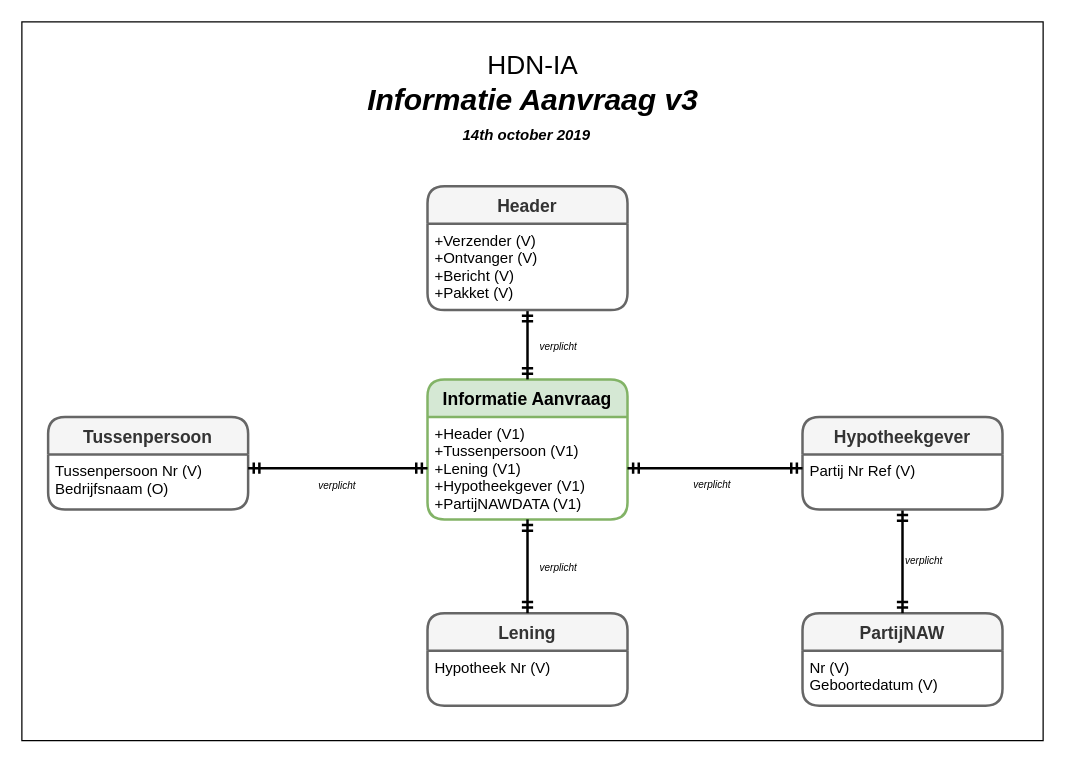
This is page "IA-bericht" (2 of 13) of 3rdPartyDatasharing-HDN-IA-IX.drawio from luchthandel/diagrams, a draw.io file, before an edit. Source tidied: cells renumbered, new cells numbered last; positions are measured from the earlier drawing's top-left corner, leaving out a move shared by most shapes. Both pictures are drawn from the tidied source at 125%, with x=0, y=0 at pixel (21, 21).
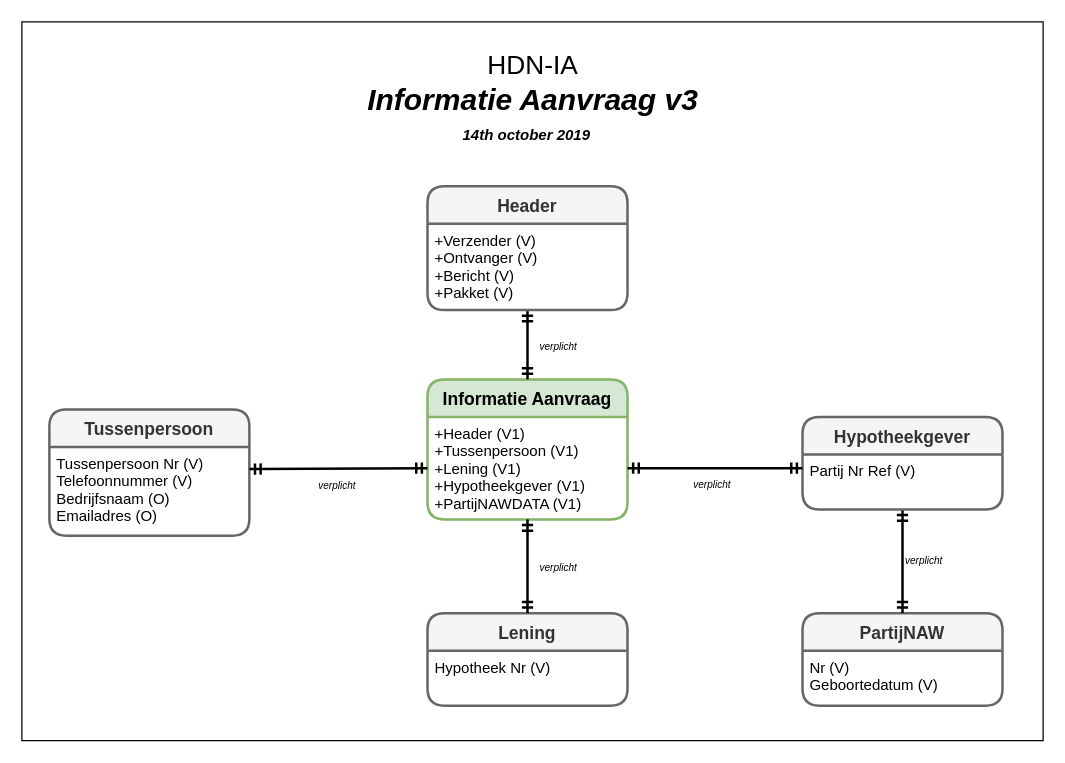
Above is the later version.

The edit, as a diff of the source:
```diff
@@
     <mxCell id="6" value="Tussenpersoon" style="swimlane;horizontal=1;startSize=30;fillColor=#f5f5f5;fontColor=#333333;rounded=1;fontSize=14;fontStyle=1;strokeWidth=2;shadow=0;dashed=0;align=center;strokeColor=#666666;" parent="1" vertex="1">
-      <mxGeometry x="21" y="316" width="160" height="74" as="geometry" />
+      <mxGeometry x="22" y="310" width="160" height="101" as="geometry" />
     </mxCell>
-    <mxCell id="7" value="Tussenpersoon Nr (V)&#10;Bedrijfsnaam (O)" style="align=left;strokeColor=none;fillColor=none;spacingLeft=4;fontSize=12;verticalAlign=top;" parent="6" vertex="1">
-      <mxGeometry y="30" width="160" height="44" as="geometry" />
+    <mxCell id="7" value="Tussenpersoon Nr (V)&#10;Telefoonnummer (V)&#10;Bedrijfsnaam (O)&#10;Emailadres (O)" style="align=left;strokeColor=none;fillColor=none;spacingLeft=4;fontSize=12;verticalAlign=top;" parent="6" vertex="1">
+      <mxGeometry y="30" width="160" height="71" as="geometry" />
     </mxCell>
```
